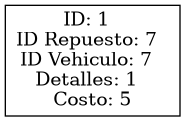
0520Jose/-EDD-1S2025_202300539 keeps this Graphviz diagram as Fase_1/AutoGestPro/Reportes/reporte_servicios.png. Above is the earlier version. Its source is kept beside it as Fase_1/AutoGestPro/Reportes/reporte_servicios.dot.
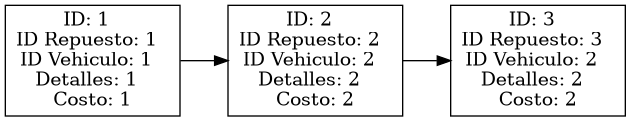
After the commit.

Change to the diagram source:
```diff
@@ -2,8 +2,20 @@
 node [shape=rect];
 rankdir=LR;
 node1[label="ID: 1
-ID Repuesto: 7
-ID Vehiculo: 7
+ID Repuesto: 1
+ID Vehiculo: 1
 Detalles: 1
-Costo: 5", shape=rect];
+Costo: 1", shape=rect];
+node1 -> node2;
+node2[label="ID: 2
+ID Repuesto: 2
+ID Vehiculo: 2
+Detalles: 2
+Costo: 2", shape=rect];
+node2 -> node3;
+node3[label="ID: 3
+ID Repuesto: 3
+ID Vehiculo: 2
+Detalles: 2
+Costo: 2", shape=rect];
 }
```
